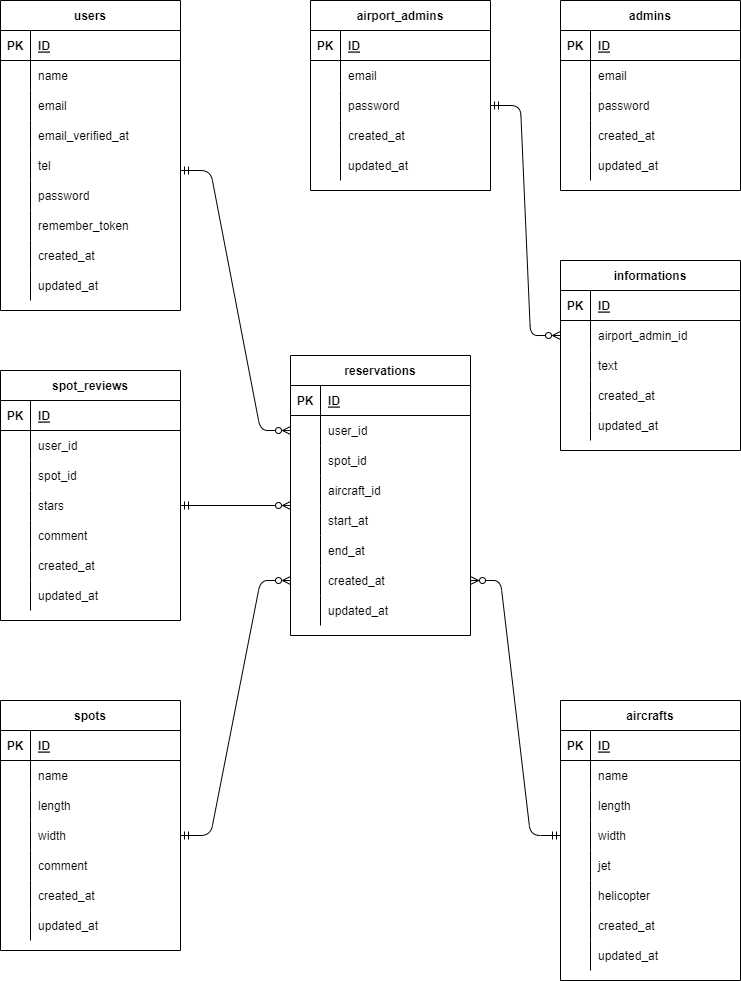
Before: ER.drawio.png, a diagram exported from draw.io (doingen/spottle). Source tidied: cells renumbered, new cells last; positions are measured from the earlier drawing's top-left corner, leaving out a move shared by most shapes.
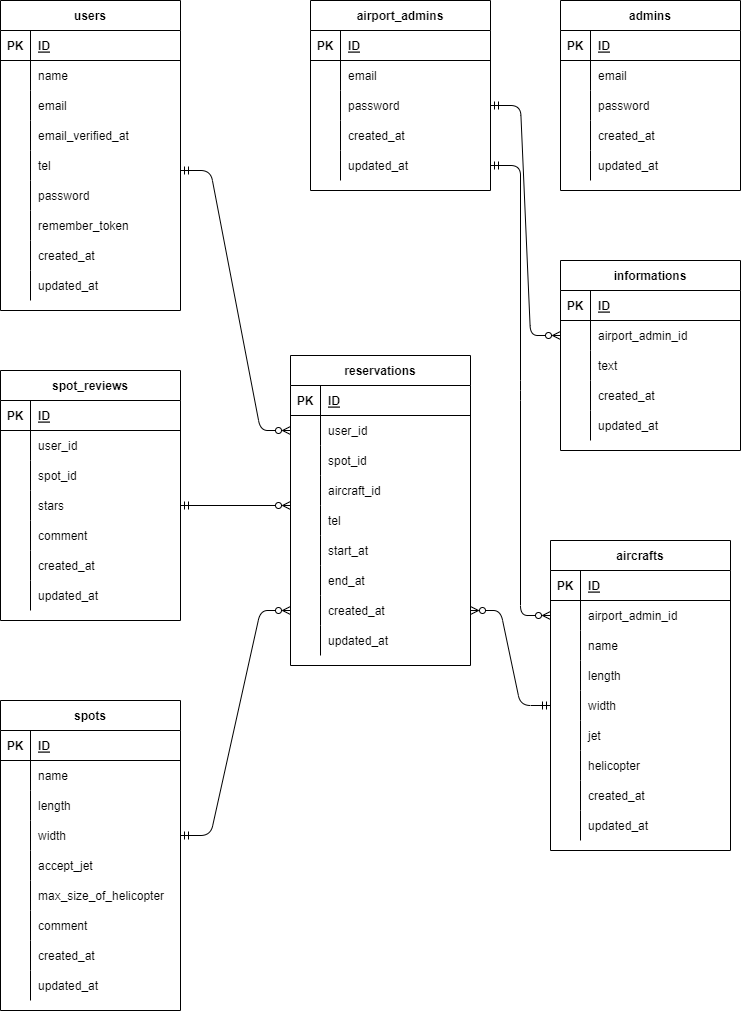
After the change.

The edit, as a diff of the source:
```diff
@@ -183,7 +183,7 @@
       <mxGeometry x="30" width="150" height="30" as="geometry" />
     </mxCell>
     <mxCell id="62" value="spots" style="shape=table;startSize=30;rowLines=0;fontStyle=1;align=center;" parent="1" vertex="1">
-      <mxGeometry y="700" width="180" height="250" as="geometry" />
+      <mxGeometry y="700" width="180" height="310" as="geometry" />
     </mxCell>
     <mxCell id="63" style="shape=partialRectangle;fillColor=none;top=0;left=0;bottom=1;right=0;" parent="62" vertex="1">
       <mxGeometry y="30" width="180" height="30" as="geometry" />
@@ -221,8 +221,26 @@
     <mxCell id="74" value="width" style="shape=partialRectangle;fillColor=none;top=0;left=0;bottom=0;right=0;align=left;spacingLeft=6;overflow=hidden;" parent="72" vertex="1">
       <mxGeometry x="30" width="150" height="30" as="geometry" />
     </mxCell>
+    <mxCell id="177" style="shape=partialRectangle;fillColor=none;top=0;left=0;bottom=0;right=0;" parent="62" vertex="1">
+      <mxGeometry y="150" width="180" height="30" as="geometry" />
+    </mxCell>
+    <mxCell id="178" style="shape=partialRectangle;fillColor=none;top=0;left=0;bottom=0;right=0;overflow=hidden;" parent="177" vertex="1">
+      <mxGeometry width="30" height="30" as="geometry" />
+    </mxCell>
+    <mxCell id="179" value="accept_jet" style="shape=partialRectangle;fillColor=none;top=0;left=0;bottom=0;right=0;align=left;spacingLeft=6;overflow=hidden;" parent="177" vertex="1">
+      <mxGeometry x="30" width="150" height="30" as="geometry" />
+    </mxCell>
+    <mxCell id="180" style="shape=partialRectangle;fillColor=none;top=0;left=0;bottom=0;right=0;" parent="62" vertex="1">
+      <mxGeometry y="180" width="180" height="30" as="geometry" />
+    </mxCell>
+    <mxCell id="181" style="shape=partialRectangle;fillColor=none;top=0;left=0;bottom=0;right=0;overflow=hidden;" parent="180" vertex="1">
+      <mxGeometry width="30" height="30" as="geometry" />
+    </mxCell>
+    <mxCell id="182" value="max_size_of_helicopter" style="shape=partialRectangle;fillColor=none;top=0;left=0;bottom=0;right=0;align=left;spacingLeft=6;overflow=hidden;" parent="180" vertex="1">
+      <mxGeometry x="30" width="150" height="30" as="geometry" />
+    </mxCell>
     <mxCell id="75" style="shape=partialRectangle;fillColor=none;top=0;left=0;bottom=0;right=0;" parent="62" vertex="1">
-      <mxGeometry y="150" width="180" height="30" as="geometry" />
+      <mxGeometry y="210" width="180" height="30" as="geometry" />
     </mxCell>
     <mxCell id="76" style="shape=partialRectangle;fillColor=none;top=0;left=0;bottom=0;right=0;overflow=hidden;" parent="75" vertex="1">
       <mxGeometry width="30" height="30" as="geometry" />
@@ -231,7 +249,7 @@
       <mxGeometry x="30" width="150" height="30" as="geometry" />
     </mxCell>
     <mxCell id="78" style="shape=partialRectangle;fillColor=none;top=0;left=0;bottom=0;right=0;" parent="62" vertex="1">
-      <mxGeometry y="180" width="180" height="30" as="geometry" />
+      <mxGeometry y="240" width="180" height="30" as="geometry" />
     </mxCell>
     <mxCell id="79" style="shape=partialRectangle;fillColor=none;top=0;left=0;bottom=0;right=0;overflow=hidden;" parent="78" vertex="1">
       <mxGeometry width="30" height="30" as="geometry" />
@@ -240,7 +258,7 @@
       <mxGeometry x="30" width="150" height="30" as="geometry" />
     </mxCell>
     <mxCell id="81" style="shape=partialRectangle;fillColor=none;top=0;left=0;bottom=0;right=0;" parent="62" vertex="1">
-      <mxGeometry y="210" width="180" height="30" as="geometry" />
+      <mxGeometry y="270" width="180" height="30" as="geometry" />
     </mxCell>
     <mxCell id="82" style="shape=partialRectangle;fillColor=none;top=0;left=0;bottom=0;right=0;overflow=hidden;" parent="81" vertex="1">
       <mxGeometry width="30" height="30" as="geometry" />
@@ -315,7 +333,7 @@
       <mxGeometry x="30" width="150" height="30" as="geometry" />
     </mxCell>
     <mxCell id="106" value="reservations" style="shape=table;startSize=30;rowLines=0;fontStyle=1;align=center;" parent="1" vertex="1">
-      <mxGeometry x="290" y="355" width="180" height="280" as="geometry" />
+      <mxGeometry x="290" y="355" width="180" height="310" as="geometry" />
     </mxCell>
     <mxCell id="107" style="shape=partialRectangle;fillColor=none;top=0;left=0;bottom=1;right=0;" parent="106" vertex="1">
       <mxGeometry y="30" width="180" height="30" as="geometry" />
@@ -353,8 +371,17 @@
     <mxCell id="118" value="aircraft_id" style="shape=partialRectangle;fillColor=none;top=0;left=0;bottom=0;right=0;align=left;spacingLeft=6;overflow=hidden;" parent="116" vertex="1">
       <mxGeometry x="30" width="150" height="30" as="geometry" />
     </mxCell>
+    <mxCell id="183" style="shape=partialRectangle;fillColor=none;top=0;left=0;bottom=0;right=0;" parent="106" vertex="1">
+      <mxGeometry y="150" width="180" height="30" as="geometry" />
+    </mxCell>
+    <mxCell id="184" style="shape=partialRectangle;fillColor=none;top=0;left=0;bottom=0;right=0;overflow=hidden;" parent="183" vertex="1">
+      <mxGeometry width="30" height="30" as="geometry" />
+    </mxCell>
+    <mxCell id="185" value="tel" style="shape=partialRectangle;fillColor=none;top=0;left=0;bottom=0;right=0;align=left;spacingLeft=6;overflow=hidden;" parent="183" vertex="1">
+      <mxGeometry x="30" width="150" height="30" as="geometry" />
+    </mxCell>
     <mxCell id="119" style="shape=partialRectangle;fillColor=none;top=0;left=0;bottom=0;right=0;" parent="106" vertex="1">
-      <mxGeometry y="150" width="180" height="30" as="geometry" />
+      <mxGeometry y="180" width="180" height="30" as="geometry" />
     </mxCell>
     <mxCell id="120" style="shape=partialRectangle;fillColor=none;top=0;left=0;bottom=0;right=0;overflow=hidden;" parent="119" vertex="1">
       <mxGeometry width="30" height="30" as="geometry" />
@@ -363,7 +390,7 @@
       <mxGeometry x="30" width="150" height="30" as="geometry" />
     </mxCell>
     <mxCell id="122" style="shape=partialRectangle;fillColor=none;top=0;left=0;bottom=0;right=0;" parent="106" vertex="1">
-      <mxGeometry y="180" width="180" height="30" as="geometry" />
+      <mxGeometry y="210" width="180" height="30" as="geometry" />
     </mxCell>
     <mxCell id="123" style="shape=partialRectangle;fillColor=none;top=0;left=0;bottom=0;right=0;overflow=hidden;" parent="122" vertex="1">
       <mxGeometry width="30" height="30" as="geometry" />
@@ -372,7 +399,7 @@
       <mxGeometry x="30" width="150" height="30" as="geometry" />
     </mxCell>
     <mxCell id="125" style="shape=partialRectangle;fillColor=none;top=0;left=0;bottom=0;right=0;points=[[0,0.5],[1,0.5]];portConstraint=eastwest;" parent="106" vertex="1">
-      <mxGeometry y="210" width="180" height="30" as="geometry" />
+      <mxGeometry y="240" width="180" height="30" as="geometry" />
     </mxCell>
     <mxCell id="126" style="shape=partialRectangle;fillColor=none;top=0;left=0;bottom=0;right=0;overflow=hidden;" parent="125" vertex="1">
       <mxGeometry width="30" height="30" as="geometry" />
@@ -381,7 +408,7 @@
       <mxGeometry x="30" width="150" height="30" as="geometry" />
     </mxCell>
     <mxCell id="128" style="shape=partialRectangle;fillColor=none;top=0;left=0;bottom=0;right=0;" parent="106" vertex="1">
-      <mxGeometry y="240" width="180" height="30" as="geometry" />
+      <mxGeometry y="270" width="180" height="30" as="geometry" />
     </mxCell>
     <mxCell id="129" style="shape=partialRectangle;fillColor=none;top=0;left=0;bottom=0;right=0;overflow=hidden;" parent="128" vertex="1">
       <mxGeometry width="30" height="30" as="geometry" />
@@ -438,7 +465,7 @@
       <mxGeometry x="30" width="150" height="30" as="geometry" />
     </mxCell>
     <mxCell id="147" value="aircrafts" style="shape=table;startSize=30;rowLines=0;fontStyle=1;align=center;" parent="1" vertex="1">
-      <mxGeometry x="560" y="700" width="180" height="280" as="geometry" />
+      <mxGeometry x="550" y="540" width="180" height="310" as="geometry" />
     </mxCell>
     <mxCell id="148" style="shape=partialRectangle;fillColor=none;top=0;left=0;bottom=1;right=0;" parent="147" vertex="1">
       <mxGeometry y="30" width="180" height="30" as="geometry" />
@@ -449,8 +476,17 @@
     <mxCell id="150" value="ID" style="shape=partialRectangle;fillColor=none;top=0;left=0;bottom=0;right=0;align=left;spacingLeft=6;fontStyle=5;overflow=hidden;" parent="148" vertex="1">
       <mxGeometry x="30" width="150" height="30" as="geometry" />
     </mxCell>
+    <mxCell id="186" style="shape=partialRectangle;fillColor=none;top=0;left=0;bottom=0;right=0;points=[[0,0.5],[1,0.5]];portConstraint=eastwest;" parent="147" vertex="1">
+      <mxGeometry y="60" width="180" height="30" as="geometry" />
+    </mxCell>
+    <mxCell id="187" style="shape=partialRectangle;fillColor=none;top=0;left=0;bottom=0;right=0;overflow=hidden;" parent="186" vertex="1">
+      <mxGeometry width="30" height="30" as="geometry" />
+    </mxCell>
+    <mxCell id="188" value="airport_admin_id" style="shape=partialRectangle;fillColor=none;top=0;left=0;bottom=0;right=0;align=left;spacingLeft=6;overflow=hidden;" parent="186" vertex="1">
+      <mxGeometry x="30" width="150" height="30" as="geometry" />
+    </mxCell>
     <mxCell id="151" style="shape=partialRectangle;fillColor=none;top=0;left=0;bottom=0;right=0;" parent="147" vertex="1">
-      <mxGeometry y="60" width="180" height="30" as="geometry" />
+      <mxGeometry y="90" width="180" height="30" as="geometry" />
     </mxCell>
     <mxCell id="152" style="shape=partialRectangle;fillColor=none;top=0;left=0;bottom=0;right=0;overflow=hidden;" parent="151" vertex="1">
       <mxGeometry width="30" height="30" as="geometry" />
@@ -459,7 +495,7 @@
       <mxGeometry x="30" width="150" height="30" as="geometry" />
     </mxCell>
     <mxCell id="154" style="shape=partialRectangle;fillColor=none;top=0;left=0;bottom=0;right=0;" parent="147" vertex="1">
-      <mxGeometry y="90" width="180" height="30" as="geometry" />
+      <mxGeometry y="120" width="180" height="30" as="geometry" />
     </mxCell>
     <mxCell id="155" style="shape=partialRectangle;fillColor=none;top=0;left=0;bottom=0;right=0;overflow=hidden;" parent="154" vertex="1">
       <mxGeometry width="30" height="30" as="geometry" />
@@ -468,7 +504,7 @@
       <mxGeometry x="30" width="150" height="30" as="geometry" />
     </mxCell>
     <mxCell id="157" style="shape=partialRectangle;fillColor=none;top=0;left=0;bottom=0;right=0;points=[[0,0.5],[1,0.5]];portConstraint=eastwest;" parent="147" vertex="1">
-      <mxGeometry y="120" width="180" height="30" as="geometry" />
+      <mxGeometry y="150" width="180" height="30" as="geometry" />
     </mxCell>
     <mxCell id="158" style="shape=partialRectangle;fillColor=none;top=0;left=0;bottom=0;right=0;overflow=hidden;" parent="157" vertex="1">
       <mxGeometry width="30" height="30" as="geometry" />
@@ -477,7 +513,7 @@
       <mxGeometry x="30" width="150" height="30" as="geometry" />
     </mxCell>
     <mxCell id="160" style="shape=partialRectangle;fillColor=none;top=0;left=0;bottom=0;right=0;" parent="147" vertex="1">
-      <mxGeometry y="150" width="180" height="30" as="geometry" />
+      <mxGeometry y="180" width="180" height="30" as="geometry" />
     </mxCell>
     <mxCell id="161" style="shape=partialRectangle;fillColor=none;top=0;left=0;bottom=0;right=0;overflow=hidden;" parent="160" vertex="1">
       <mxGeometry width="30" height="30" as="geometry" />
@@ -486,7 +522,7 @@
       <mxGeometry x="30" width="150" height="30" as="geometry" />
     </mxCell>
     <mxCell id="163" style="shape=partialRectangle;fillColor=none;top=0;left=0;bottom=0;right=0;" parent="147" vertex="1">
-      <mxGeometry y="180" width="180" height="30" as="geometry" />
+      <mxGeometry y="210" width="180" height="30" as="geometry" />
     </mxCell>
     <mxCell id="164" style="shape=partialRectangle;fillColor=none;top=0;left=0;bottom=0;right=0;overflow=hidden;" parent="163" vertex="1">
       <mxGeometry width="30" height="30" as="geometry" />
@@ -495,7 +531,7 @@
       <mxGeometry x="30" width="150" height="30" as="geometry" />
     </mxCell>
     <mxCell id="166" style="shape=partialRectangle;fillColor=none;top=0;left=0;bottom=0;right=0;" parent="147" vertex="1">
-      <mxGeometry y="210" width="180" height="30" as="geometry" />
+      <mxGeometry y="240" width="180" height="30" as="geometry" />
     </mxCell>
     <mxCell id="167" style="shape=partialRectangle;fillColor=none;top=0;left=0;bottom=0;right=0;overflow=hidden;" parent="166" vertex="1">
       <mxGeometry width="30" height="30" as="geometry" />
@@ -504,7 +540,7 @@
       <mxGeometry x="30" width="150" height="30" as="geometry" />
     </mxCell>
     <mxCell id="169" style="shape=partialRectangle;fillColor=none;top=0;left=0;bottom=0;right=0;" parent="147" vertex="1">
-      <mxGeometry y="240" width="180" height="30" as="geometry" />
+      <mxGeometry y="270" width="180" height="30" as="geometry" />
     </mxCell>
     <mxCell id="170" style="shape=partialRectangle;fillColor=none;top=0;left=0;bottom=0;right=0;overflow=hidden;" parent="169" vertex="1">
       <mxGeometry width="30" height="30" as="geometry" />
@@ -531,5 +567,8 @@
     <mxCell id="176" style="edgeStyle=entityRelationEdgeStyle;fontSize=12;html=1;endArrow=ERzeroToMany;startArrow=ERmandOne;endFill=0;exitX=1;exitY=0.5;exitDx=0;exitDy=0;" parent="1" edge="1" source="37" target="135">
       <mxGeometry relative="1" as="geometry" />
     </mxCell>
+    <mxCell id="189" style="edgeStyle=entityRelationEdgeStyle;fontSize=12;html=1;endArrow=ERzeroToMany;startArrow=ERmandOne;endFill=0;entryX=0;entryY=0.5;entryDx=0;entryDy=0;" parent="1" edge="1" source="43" target="186">
+      <mxGeometry relative="1" as="geometry" />
+    </mxCell>
   </root>
 </mxGraphModel>
```
